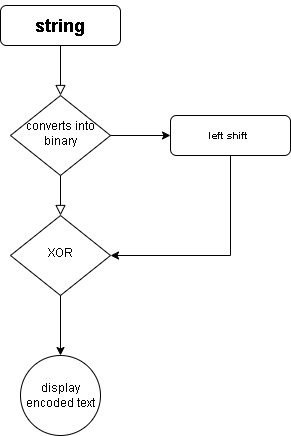
The draw.io diagram images/level_5_flow_chart.png in IdanHajbeko/decrypt_me, before a commit. Source tidied: cells renumbered, new cells last; positions are measured from the earlier drawing's top-left corner, leaving out a move shared by most shapes.
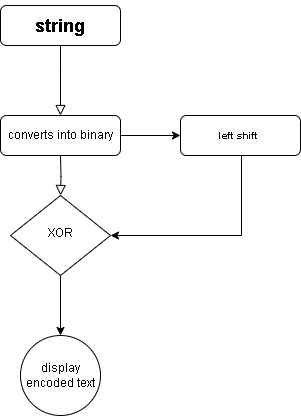
After the change.

The edit, as a diff of the source:
```diff
@@ -2,41 +2,50 @@
   <root>
     <mxCell id="0" />
     <mxCell id="1" parent="0" />
-    <mxCell id="2" style="rounded=0;html=1;jettySize=auto;fontSize=11;endArrow=block;endFill=0;endSize=8;strokeWidth=1;shadow=0;labelBackgroundColor=none;edgeStyle=orthogonalEdgeStyle;" parent="1" edge="1" source="3" target="5">
-      <mxGeometry relative="1" as="geometry" />
+    <mxCell id="2" style="rounded=0;html=1;jettySize=auto;fontSize=11;endArrow=block;endFill=0;endSize=8;strokeWidth=1;shadow=0;labelBackgroundColor=none;edgeStyle=orthogonalEdgeStyle;entryX=0.5;entryY=0;entryDx=0;entryDy=0;" parent="1" edge="1" source="3" target="5">
+      <mxGeometry relative="1" as="geometry">
+        <Array as="points">
+          <mxPoint x="50" y="60" />
+          <mxPoint x="50" y="60" />
+        </Array>
+      </mxGeometry>
     </mxCell>
     <mxCell id="3" value="&lt;h2&gt;string&lt;/h2&gt;" style="rounded=1;whiteSpace=wrap;html=1;fontSize=12;glass=0;strokeWidth=1;shadow=0;" parent="1" vertex="1">
-      <mxGeometry width="120" height="40" as="geometry" />
+      <mxGeometry x="-10" width="120" height="40" as="geometry" />
     </mxCell>
-    <mxCell id="4" style="rounded=0;html=1;jettySize=auto;endArrow=block;endFill=0;endSize=8;strokeWidth=1;shadow=0;edgeStyle=orthogonalEdgeStyle;" parent="1" edge="1" source="5" target="7">
-      <mxGeometry y="20" relative="1" as="geometry" />
+    <mxCell id="4" style="rounded=0;html=1;jettySize=auto;endArrow=block;endFill=0;endSize=8;strokeWidth=1;shadow=0;edgeStyle=orthogonalEdgeStyle;" parent="1" edge="1" target="7">
+      <mxGeometry y="20" relative="1" as="geometry">
+        <mxPoint x="50" y="150" as="sourcePoint" />
+      </mxGeometry>
     </mxCell>
-    <mxCell id="5" value="converts into binary" style="rhombus;whiteSpace=wrap;html=1;shadow=0;fontFamily=Helvetica;fontSize=12;align=center;strokeWidth=1;spacing=6;spacingTop=-4;" parent="1" vertex="1">
-      <mxGeometry x="10" y="90" width="100" height="80" as="geometry" />
-    </mxCell>
+    <mxCell id="9" style="edgeStyle=orthogonalEdgeStyle;rounded=0;jettySize=auto;html=1;entryX=1;entryY=0.5;entryDx=0;entryDy=0;" parent="1" edge="1" source="6" target="7">
+      <mxGeometry relative="1" as="geometry">
+        <Array as="points">
+          <mxPoint x="231" y="230" />
+        </Array>
+      </mxGeometry>
+    </mxCell>
     <mxCell id="6" value="&lt;h5&gt;left shift&amp;nbsp;&lt;/h5&gt;" style="rounded=1;whiteSpace=wrap;html=1;fontSize=12;glass=0;strokeWidth=1;shadow=0;" parent="1" vertex="1">
       <mxGeometry x="170" y="110" width="120" height="40" as="geometry" />
     </mxCell>
     <mxCell id="7" value="XOR" style="rhombus;whiteSpace=wrap;html=1;shadow=0;fontFamily=Helvetica;fontSize=12;align=center;strokeWidth=1;spacing=6;spacingTop=-4;" parent="1" vertex="1">
-      <mxGeometry x="10" y="210" width="100" height="80" as="geometry" />
+      <mxGeometry y="190" width="100" height="80" as="geometry" />
     </mxCell>
-    <mxCell id="8" style="endArrow=classic;html=1;rounded=0;entryX=0;entryY=0.5;entryDx=0;entryDy=0;exitX=1;exitY=0.5;exitDx=0;exitDy=0;" parent="1" edge="1" source="5" target="6">
-      <mxGeometry relative="1" as="geometry" />
+    <mxCell id="8" style="endArrow=classic;html=1;rounded=0;entryX=0;entryY=0.5;entryDx=0;entryDy=0;exitX=1;exitY=0.5;exitDx=0;exitDy=0;" parent="1" edge="1" target="6">
+      <mxGeometry relative="1" as="geometry">
+        <mxPoint x="110" y="130" as="sourcePoint" />
+      </mxGeometry>
     </mxCell>
-    <mxCell id="9" style="endArrow=classic;html=1;rounded=0;entryX=1;entryY=0.5;entryDx=0;entryDy=0;exitX=0.5;exitY=1;exitDx=0;exitDy=0;edgeStyle=orthogonalEdgeStyle;" parent="1" edge="1" source="6" target="7">
-      <mxGeometry relative="1" as="geometry">
-        <Array as="points">
-          <mxPoint x="230" y="250" />
-        </Array>
-      </mxGeometry>
-    </mxCell>
     <mxCell id="10" style="endArrow=classic;html=1;rounded=0;exitX=0.5;exitY=1;exitDx=0;exitDy=0;entryX=0.5;entryY=0;entryDx=0;entryDy=0;" parent="1" edge="1" source="7">
       <mxGeometry relative="1" as="geometry">
-        <mxPoint x="60" y="350" as="targetPoint" />
+        <mxPoint x="50" y="330" as="targetPoint" />
       </mxGeometry>
     </mxCell>
     <mxCell id="11" value="display encoded text" style="ellipse;whiteSpace=wrap;html=1;rounded=1;glass=0;strokeWidth=1;shadow=0;" parent="1" vertex="1">
-      <mxGeometry x="20" y="350" width="80" height="80" as="geometry" />
+      <mxGeometry x="10" y="330" width="80" height="80" as="geometry" />
     </mxCell>
+    <mxCell id="5" value="&lt;h5&gt;&lt;span style=&quot;font-size: 12px; font-weight: 400;&quot;&gt;converts into binary&lt;/span&gt;&lt;br&gt;&lt;/h5&gt;" style="rounded=1;whiteSpace=wrap;html=1;fontSize=12;glass=0;strokeWidth=1;shadow=0;" parent="1" vertex="1">
+      <mxGeometry x="-10" y="110" width="120" height="40" as="geometry" />
+    </mxCell>
   </root>
 </mxGraphModel>
```
